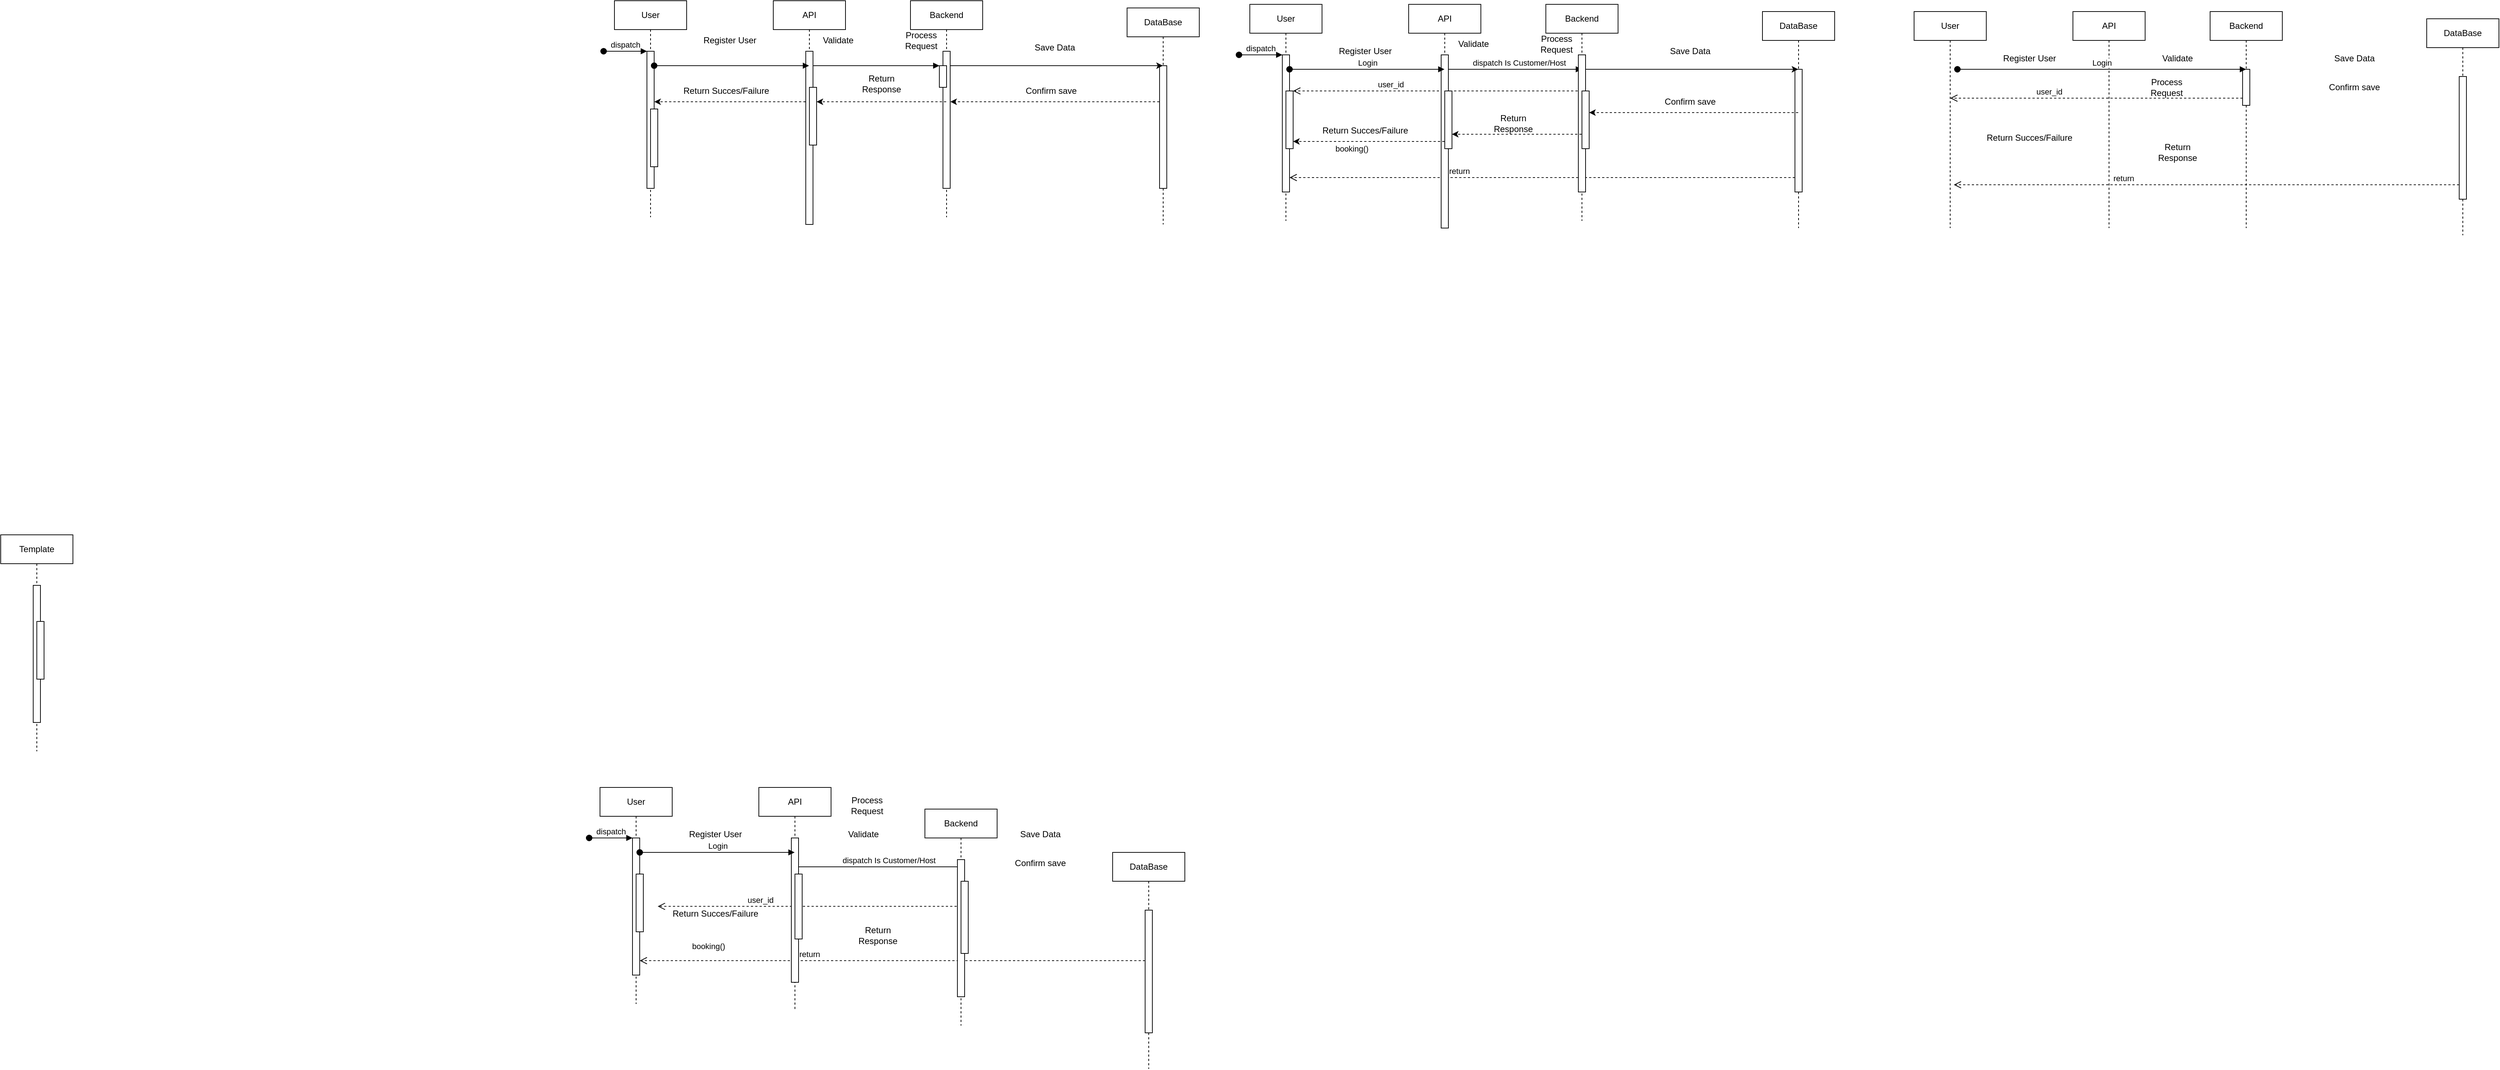
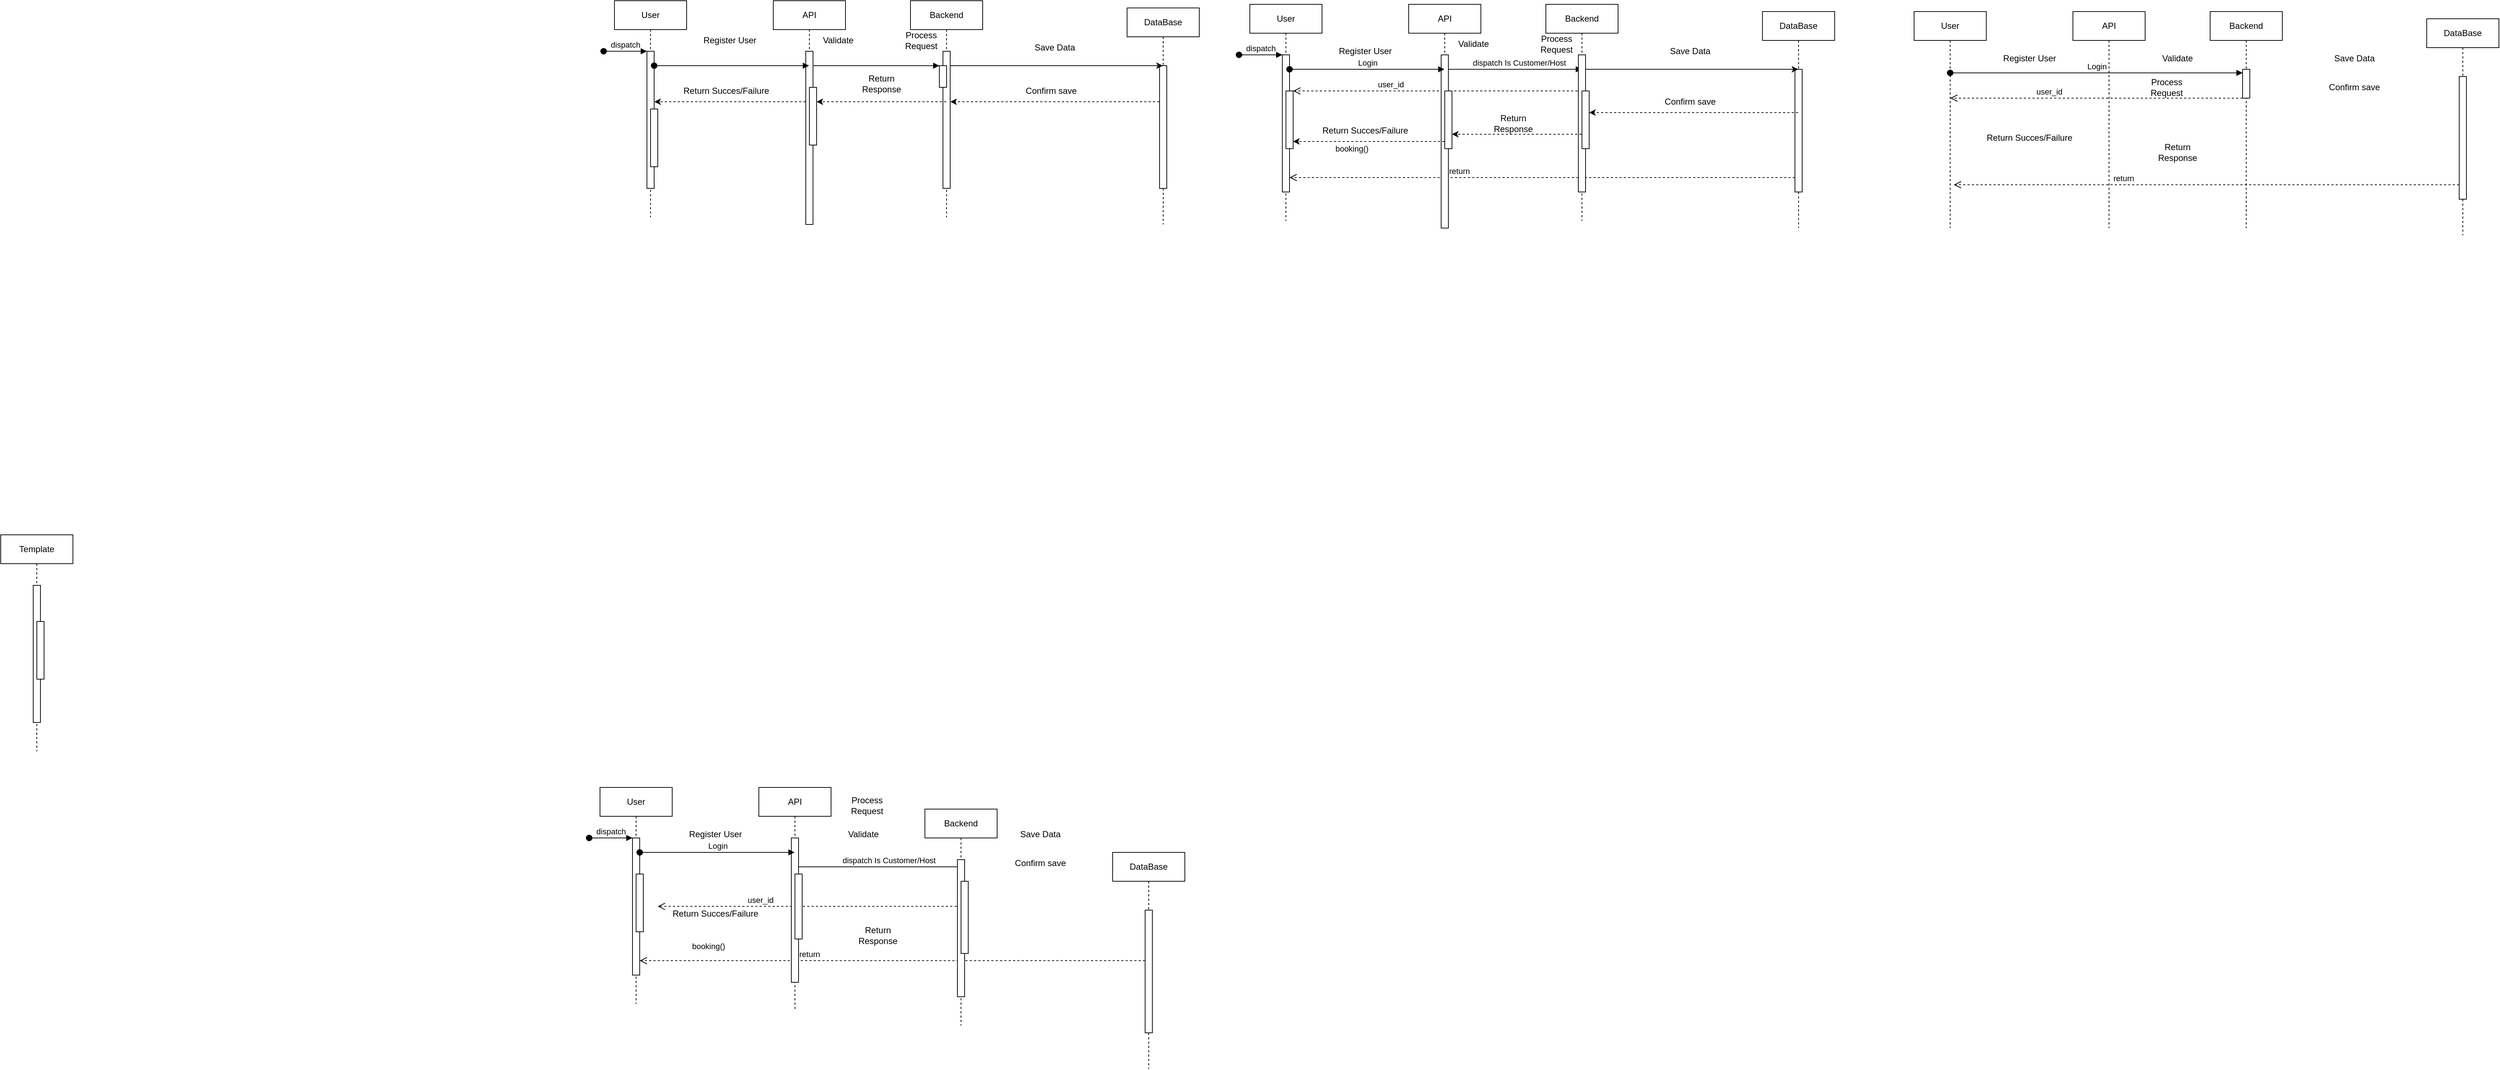
<mxfile host="app.diagrams.net" agent="5.0 (Macintosh; Intel Mac OS X 10_15_7) AppleWebKit/537.36 (KHTML, like Gecko) Chrome/109.0.0.0 Safari/537.36">
  <diagram name="Page-1" id="2YBvvXClWsGukQMizWep">
-     <mxGraphModel dx="1403" dy="678" grid="1" gridSize="10" guides="1" tooltips="1" connect="1" arrows="1" fold="1" page="1" pageScale="1" pageWidth="850" pageHeight="1100" math="0" shadow="0">
+     <mxGraphModel dx="1171" dy="394" grid="1" gridSize="10" guides="1" tooltips="1" connect="1" arrows="1" fold="1" page="1" pageScale="1" pageWidth="850" pageHeight="1100" math="0" shadow="0">
      <root>
        <mxCell id="0" />
        <mxCell id="1" parent="0" />
        <mxCell id="aM9ryv3xv72pqoxQDRHE-1" parent="1" style="shape=umlLifeline;perimeter=lifelinePerimeter;whiteSpace=wrap;html=1;container=0;dropTarget=0;collapsible=0;recursiveResize=0;outlineConnect=0;portConstraint=eastwest;newEdgeStyle={&quot;edgeStyle&quot;:&quot;elbowEdgeStyle&quot;,&quot;elbow&quot;:&quot;vertical&quot;,&quot;curved&quot;:0,&quot;rounded&quot;:0};" value="User" vertex="1">
          <mxGeometry height="300" width="100" x="30" y="40" as="geometry" />
        </mxCell>
        <mxCell id="aM9ryv3xv72pqoxQDRHE-2" parent="aM9ryv3xv72pqoxQDRHE-1" style="html=1;points=[];perimeter=orthogonalPerimeter;outlineConnect=0;targetShapes=umlLifeline;portConstraint=eastwest;newEdgeStyle={&quot;edgeStyle&quot;:&quot;elbowEdgeStyle&quot;,&quot;elbow&quot;:&quot;vertical&quot;,&quot;curved&quot;:0,&quot;rounded&quot;:0};" value="" vertex="1">
          <mxGeometry height="190" width="10" x="45" y="70" as="geometry" />
        </mxCell>
        <mxCell id="aM9ryv3xv72pqoxQDRHE-3" edge="1" parent="aM9ryv3xv72pqoxQDRHE-1" style="html=1;verticalAlign=bottom;startArrow=oval;endArrow=block;startSize=8;edgeStyle=elbowEdgeStyle;elbow=vertical;curved=0;rounded=0;" target="aM9ryv3xv72pqoxQDRHE-2" value="dispatch">
          <mxGeometry relative="1" as="geometry">
            <mxPoint x="-15" y="70" as="sourcePoint" />
          </mxGeometry>
        </mxCell>
        <mxCell id="aM9ryv3xv72pqoxQDRHE-4" parent="aM9ryv3xv72pqoxQDRHE-1" style="html=1;points=[];perimeter=orthogonalPerimeter;outlineConnect=0;targetShapes=umlLifeline;portConstraint=eastwest;newEdgeStyle={&quot;edgeStyle&quot;:&quot;elbowEdgeStyle&quot;,&quot;elbow&quot;:&quot;vertical&quot;,&quot;curved&quot;:0,&quot;rounded&quot;:0};" value="" vertex="1">
          <mxGeometry height="80" width="10" x="50" y="150" as="geometry" />
        </mxCell>
        <mxCell id="aM9ryv3xv72pqoxQDRHE-5" parent="1" style="shape=umlLifeline;perimeter=lifelinePerimeter;whiteSpace=wrap;html=1;container=0;dropTarget=0;collapsible=0;recursiveResize=0;outlineConnect=0;portConstraint=eastwest;newEdgeStyle={&quot;edgeStyle&quot;:&quot;elbowEdgeStyle&quot;,&quot;elbow&quot;:&quot;vertical&quot;,&quot;curved&quot;:0,&quot;rounded&quot;:0};" value="DataBase" vertex="1">
          <mxGeometry height="300" width="100" x="740" y="50" as="geometry" />
        </mxCell>
        <mxCell id="aM9ryv3xv72pqoxQDRHE-6" parent="aM9ryv3xv72pqoxQDRHE-5" style="html=1;points=[];perimeter=orthogonalPerimeter;outlineConnect=0;targetShapes=umlLifeline;portConstraint=eastwest;newEdgeStyle={&quot;edgeStyle&quot;:&quot;elbowEdgeStyle&quot;,&quot;elbow&quot;:&quot;vertical&quot;,&quot;curved&quot;:0,&quot;rounded&quot;:0};" value="" vertex="1">
          <mxGeometry height="170" width="10" x="45" y="80" as="geometry" />
        </mxCell>
        <mxCell id="aM9ryv3xv72pqoxQDRHE-7" edge="1" parent="1" source="7Z1T8ZwHcXeBXznP6D7j-6" style="html=1;verticalAlign=bottom;endArrow=block;edgeStyle=elbowEdgeStyle;elbow=vertical;curved=0;rounded=0;" target="7Z1T8ZwHcXeBXznP6D7j-11" value="">
          <mxGeometry relative="1" x="0.0616" as="geometry">
            <mxPoint as="offset" />
            <Array as="points">
              <mxPoint x="440" y="130" />
            </Array>
            <mxPoint x="195" y="130" as="sourcePoint" />
            <mxPoint x="480" y="130" as="targetPoint" />
          </mxGeometry>
        </mxCell>
        <mxCell id="7Z1T8ZwHcXeBXznP6D7j-5" parent="1" style="shape=umlLifeline;perimeter=lifelinePerimeter;whiteSpace=wrap;html=1;container=0;dropTarget=0;collapsible=0;recursiveResize=0;outlineConnect=0;portConstraint=eastwest;newEdgeStyle={&quot;edgeStyle&quot;:&quot;elbowEdgeStyle&quot;,&quot;elbow&quot;:&quot;vertical&quot;,&quot;curved&quot;:0,&quot;rounded&quot;:0};" value="API" vertex="1">
          <mxGeometry height="300" width="100" x="250" y="40" as="geometry" />
        </mxCell>
        <mxCell id="7Z1T8ZwHcXeBXznP6D7j-6" parent="7Z1T8ZwHcXeBXznP6D7j-5" style="html=1;points=[];perimeter=orthogonalPerimeter;outlineConnect=0;targetShapes=umlLifeline;portConstraint=eastwest;newEdgeStyle={&quot;edgeStyle&quot;:&quot;elbowEdgeStyle&quot;,&quot;elbow&quot;:&quot;vertical&quot;,&quot;curved&quot;:0,&quot;rounded&quot;:0};" value="" vertex="1">
          <mxGeometry height="240" width="10" x="45" y="70" as="geometry" />
        </mxCell>
        <mxCell id="7Z1T8ZwHcXeBXznP6D7j-8" parent="7Z1T8ZwHcXeBXznP6D7j-5" style="html=1;points=[];perimeter=orthogonalPerimeter;outlineConnect=0;targetShapes=umlLifeline;portConstraint=eastwest;newEdgeStyle={&quot;edgeStyle&quot;:&quot;elbowEdgeStyle&quot;,&quot;elbow&quot;:&quot;vertical&quot;,&quot;curved&quot;:0,&quot;rounded&quot;:0};" value="" vertex="1">
          <mxGeometry height="80" width="10" x="50" y="120" as="geometry" />
        </mxCell>
        <mxCell id="7Z1T8ZwHcXeBXznP6D7j-9" parent="1" style="shape=umlLifeline;perimeter=lifelinePerimeter;whiteSpace=wrap;html=1;container=0;dropTarget=0;collapsible=0;recursiveResize=0;outlineConnect=0;portConstraint=eastwest;newEdgeStyle={&quot;edgeStyle&quot;:&quot;elbowEdgeStyle&quot;,&quot;elbow&quot;:&quot;vertical&quot;,&quot;curved&quot;:0,&quot;rounded&quot;:0};" value="&lt;div&gt;Backend&lt;/div&gt;" vertex="1">
          <mxGeometry height="300" width="100" x="440" y="40" as="geometry" />
        </mxCell>
        <mxCell id="7Z1T8ZwHcXeBXznP6D7j-10" parent="7Z1T8ZwHcXeBXznP6D7j-9" style="html=1;points=[];perimeter=orthogonalPerimeter;outlineConnect=0;targetShapes=umlLifeline;portConstraint=eastwest;newEdgeStyle={&quot;edgeStyle&quot;:&quot;elbowEdgeStyle&quot;,&quot;elbow&quot;:&quot;vertical&quot;,&quot;curved&quot;:0,&quot;rounded&quot;:0};" value="" vertex="1">
          <mxGeometry height="190" width="10" x="45" y="70" as="geometry" />
        </mxCell>
        <mxCell id="7Z1T8ZwHcXeBXznP6D7j-11" parent="7Z1T8ZwHcXeBXznP6D7j-9" style="html=1;points=[];perimeter=orthogonalPerimeter;outlineConnect=0;targetShapes=umlLifeline;portConstraint=eastwest;newEdgeStyle={&quot;edgeStyle&quot;:&quot;elbowEdgeStyle&quot;,&quot;elbow&quot;:&quot;vertical&quot;,&quot;curved&quot;:0,&quot;rounded&quot;:0};" value="" vertex="1">
          <mxGeometry height="30" width="10" x="40" y="90" as="geometry" />
        </mxCell>
        <mxCell id="7Z1T8ZwHcXeBXznP6D7j-12" parent="1" style="shape=umlLifeline;perimeter=lifelinePerimeter;whiteSpace=wrap;html=1;container=0;dropTarget=0;collapsible=0;recursiveResize=0;outlineConnect=0;portConstraint=eastwest;newEdgeStyle={&quot;edgeStyle&quot;:&quot;elbowEdgeStyle&quot;,&quot;elbow&quot;:&quot;vertical&quot;,&quot;curved&quot;:0,&quot;rounded&quot;:0};" value="Template" vertex="1">
          <mxGeometry height="300" width="100" x="-820" y="780" as="geometry" />
        </mxCell>
        <mxCell id="7Z1T8ZwHcXeBXznP6D7j-13" parent="7Z1T8ZwHcXeBXznP6D7j-12" style="html=1;points=[];perimeter=orthogonalPerimeter;outlineConnect=0;targetShapes=umlLifeline;portConstraint=eastwest;newEdgeStyle={&quot;edgeStyle&quot;:&quot;elbowEdgeStyle&quot;,&quot;elbow&quot;:&quot;vertical&quot;,&quot;curved&quot;:0,&quot;rounded&quot;:0};" value="" vertex="1">
          <mxGeometry height="190" width="10" x="45" y="70" as="geometry" />
        </mxCell>
        <mxCell id="7Z1T8ZwHcXeBXznP6D7j-14" parent="7Z1T8ZwHcXeBXznP6D7j-12" style="html=1;points=[];perimeter=orthogonalPerimeter;outlineConnect=0;targetShapes=umlLifeline;portConstraint=eastwest;newEdgeStyle={&quot;edgeStyle&quot;:&quot;elbowEdgeStyle&quot;,&quot;elbow&quot;:&quot;vertical&quot;,&quot;curved&quot;:0,&quot;rounded&quot;:0};" value="" vertex="1">
          <mxGeometry height="80" width="10" x="50" y="120" as="geometry" />
        </mxCell>
        <mxCell id="7Z1T8ZwHcXeBXznP6D7j-18" edge="1" parent="1" style="html=1;verticalAlign=bottom;startArrow=oval;endArrow=block;startSize=8;edgeStyle=elbowEdgeStyle;elbow=vertical;curved=0;rounded=0;" target="7Z1T8ZwHcXeBXznP6D7j-5" value="">
          <mxGeometry relative="1" x="-0.3939" y="10" as="geometry">
            <mxPoint as="offset" />
            <mxPoint x="85" y="130" as="sourcePoint" />
            <mxPoint x="150" y="130" as="targetPoint" />
          </mxGeometry>
        </mxCell>
        <mxCell id="D9VVy2PClrj1YHKQl20F-1" parent="1" style="text;html=1;whiteSpace=wrap;strokeColor=none;fillColor=none;align=center;verticalAlign=middle;rounded=0;" value="Register User" vertex="1">
          <mxGeometry height="30" width="100" x="140" y="80" as="geometry" />
        </mxCell>
        <mxCell id="D9VVy2PClrj1YHKQl20F-2" parent="1" style="text;html=1;whiteSpace=wrap;strokeColor=none;fillColor=none;align=center;verticalAlign=middle;rounded=0;" value="Validate" vertex="1">
          <mxGeometry height="30" width="60" x="310" y="80" as="geometry" />
        </mxCell>
        <mxCell id="D9VVy2PClrj1YHKQl20F-3" parent="1" style="text;html=1;whiteSpace=wrap;strokeColor=none;fillColor=none;align=center;verticalAlign=middle;rounded=0;" value="Process Request" vertex="1">
          <mxGeometry height="30" width="60" x="425" y="80" as="geometry" />
        </mxCell>
        <mxCell id="I_nbtK1dwFWHWanF6EMp-1" parent="1" style="text;html=1;whiteSpace=wrap;strokeColor=none;fillColor=none;align=center;verticalAlign=middle;rounded=0;" value="Save Data" vertex="1">
          <mxGeometry height="30" width="60" x="610" y="90" as="geometry" />
        </mxCell>
        <mxCell id="I_nbtK1dwFWHWanF6EMp-2" parent="1" style="text;html=1;whiteSpace=wrap;strokeColor=none;fillColor=none;align=center;verticalAlign=middle;rounded=0;" value="Confirm save" vertex="1">
          <mxGeometry height="30" width="80" x="595.25" y="150" as="geometry" />
        </mxCell>
        <mxCell id="I_nbtK1dwFWHWanF6EMp-3" parent="1" style="text;html=1;whiteSpace=wrap;strokeColor=none;fillColor=none;align=center;verticalAlign=middle;rounded=0;" value="Return Response" vertex="1">
          <mxGeometry height="30" width="60" x="370" y="140" as="geometry" />
        </mxCell>
        <mxCell id="I_nbtK1dwFWHWanF6EMp-4" parent="1" style="text;html=1;whiteSpace=wrap;strokeColor=none;fillColor=none;align=center;verticalAlign=middle;rounded=0;" value="Return Succes/Failure" vertex="1">
          <mxGeometry height="30" width="140" x="115.25" y="150" as="geometry" />
        </mxCell>
        <mxCell id="7Z1T8ZwHcXeBXznP6D7j-20" parent="1" style="shape=umlLifeline;perimeter=lifelinePerimeter;whiteSpace=wrap;html=1;container=0;dropTarget=0;collapsible=0;recursiveResize=0;outlineConnect=0;portConstraint=eastwest;newEdgeStyle={&quot;edgeStyle&quot;:&quot;elbowEdgeStyle&quot;,&quot;elbow&quot;:&quot;vertical&quot;,&quot;curved&quot;:0,&quot;rounded&quot;:0};" value="User" vertex="1">
          <mxGeometry height="300" width="100" x="10" y="1130" as="geometry" />
        </mxCell>
        <mxCell id="7Z1T8ZwHcXeBXznP6D7j-21" parent="7Z1T8ZwHcXeBXznP6D7j-20" style="html=1;points=[];perimeter=orthogonalPerimeter;outlineConnect=0;targetShapes=umlLifeline;portConstraint=eastwest;newEdgeStyle={&quot;edgeStyle&quot;:&quot;elbowEdgeStyle&quot;,&quot;elbow&quot;:&quot;vertical&quot;,&quot;curved&quot;:0,&quot;rounded&quot;:0};" value="" vertex="1">
          <mxGeometry height="190" width="10" x="45" y="70" as="geometry" />
        </mxCell>
        <mxCell id="7Z1T8ZwHcXeBXznP6D7j-22" edge="1" parent="7Z1T8ZwHcXeBXznP6D7j-20" style="html=1;verticalAlign=bottom;startArrow=oval;endArrow=block;startSize=8;edgeStyle=elbowEdgeStyle;elbow=vertical;curved=0;rounded=0;" target="7Z1T8ZwHcXeBXznP6D7j-21" value="dispatch">
          <mxGeometry relative="1" as="geometry">
            <mxPoint x="-15" y="70" as="sourcePoint" />
          </mxGeometry>
        </mxCell>
        <mxCell id="7Z1T8ZwHcXeBXznP6D7j-23" parent="7Z1T8ZwHcXeBXznP6D7j-20" style="html=1;points=[];perimeter=orthogonalPerimeter;outlineConnect=0;targetShapes=umlLifeline;portConstraint=eastwest;newEdgeStyle={&quot;edgeStyle&quot;:&quot;elbowEdgeStyle&quot;,&quot;elbow&quot;:&quot;vertical&quot;,&quot;curved&quot;:0,&quot;rounded&quot;:0};" value="" vertex="1">
          <mxGeometry height="80" width="10" x="50" y="120" as="geometry" />
        </mxCell>
        <mxCell id="_QFFP_39c0ER-aZENGy8-1" edge="1" parent="1" source="7Z1T8ZwHcXeBXznP6D7j-10" style="endArrow=classic;html=1;rounded=0;" target="aM9ryv3xv72pqoxQDRHE-5" value="">
          <mxGeometry height="50" relative="1" width="50" as="geometry">
            <Array as="points">
              <mxPoint x="650" y="130" />
            </Array>
            <mxPoint x="490" y="170" as="sourcePoint" />
            <mxPoint x="540" y="120" as="targetPoint" />
          </mxGeometry>
        </mxCell>
        <mxCell id="7Z1T8ZwHcXeBXznP6D7j-24" parent="1" style="shape=umlLifeline;perimeter=lifelinePerimeter;whiteSpace=wrap;html=1;container=0;dropTarget=0;collapsible=0;recursiveResize=0;outlineConnect=0;portConstraint=eastwest;newEdgeStyle={&quot;edgeStyle&quot;:&quot;elbowEdgeStyle&quot;,&quot;elbow&quot;:&quot;vertical&quot;,&quot;curved&quot;:0,&quot;rounded&quot;:0};" value="DataBase" vertex="1">
          <mxGeometry height="300" width="100" x="720" y="1220" as="geometry" />
        </mxCell>
        <mxCell id="7Z1T8ZwHcXeBXznP6D7j-25" parent="7Z1T8ZwHcXeBXznP6D7j-24" style="html=1;points=[];perimeter=orthogonalPerimeter;outlineConnect=0;targetShapes=umlLifeline;portConstraint=eastwest;newEdgeStyle={&quot;edgeStyle&quot;:&quot;elbowEdgeStyle&quot;,&quot;elbow&quot;:&quot;vertical&quot;,&quot;curved&quot;:0,&quot;rounded&quot;:0};" value="" vertex="1">
          <mxGeometry height="170" width="10" x="45" y="80" as="geometry" />
        </mxCell>
        <mxCell id="_QFFP_39c0ER-aZENGy8-2" edge="1" parent="1" style="endArrow=classic;html=1;rounded=0;dashed=1;" value="">
          <mxGeometry height="50" relative="1" width="50" as="geometry">
            <Array as="points">
              <mxPoint x="635.25" y="180" />
            </Array>
            <mxPoint x="784.75" y="179.9999999999999" as="sourcePoint" />
            <mxPoint x="495.25" y="179.9999999999999" as="targetPoint" />
          </mxGeometry>
        </mxCell>
        <mxCell id="7Z1T8ZwHcXeBXznP6D7j-26" edge="1" parent="1" source="7Z1T8ZwHcXeBXznP6D7j-31" style="html=1;verticalAlign=bottom;endArrow=block;edgeStyle=elbowEdgeStyle;elbow=vertical;curved=0;rounded=0;entryX=0.5;entryY=0.105;entryDx=0;entryDy=0;entryPerimeter=0;" target="7Z1T8ZwHcXeBXznP6D7j-34" value="dispatch Is Customer/Host">
          <mxGeometry relative="1" x="0.0616" as="geometry">
            <mxPoint as="offset" />
            <Array as="points">
              <mxPoint x="460" y="1240" />
            </Array>
            <mxPoint x="175" y="1220" as="sourcePoint" />
            <mxPoint x="460" y="1220" as="targetPoint" />
          </mxGeometry>
        </mxCell>
        <mxCell id="7Z1T8ZwHcXeBXznP6D7j-27" connectable="0" parent="7Z1T8ZwHcXeBXznP6D7j-26" style="edgeLabel;html=1;align=center;verticalAlign=middle;resizable=0;points=[];" value="booking()" vertex="1">
          <mxGeometry relative="1" x="-0.6283" y="3" as="geometry">
            <mxPoint x="-169" y="113" as="offset" />
          </mxGeometry>
        </mxCell>
        <mxCell id="_QFFP_39c0ER-aZENGy8-3" edge="1" parent="1" style="endArrow=classic;html=1;rounded=0;dashed=1;" value="">
          <mxGeometry height="50" relative="1" width="50" as="geometry">
            <Array as="points">
              <mxPoint x="400" y="180" />
            </Array>
            <mxPoint x="489.5" y="179.9999999999999" as="sourcePoint" />
            <mxPoint x="310" y="179.9999999999999" as="targetPoint" />
          </mxGeometry>
        </mxCell>
        <mxCell id="7Z1T8ZwHcXeBXznP6D7j-28" edge="1" parent="1" source="7Z1T8ZwHcXeBXznP6D7j-25" style="html=1;verticalAlign=bottom;endArrow=open;dashed=1;endSize=8;edgeStyle=elbowEdgeStyle;elbow=vertical;curved=0;rounded=0;" target="7Z1T8ZwHcXeBXznP6D7j-21" value="return">
          <mxGeometry relative="1" x="0.3286" as="geometry">
            <mxPoint as="offset" />
            <Array as="points">
              <mxPoint x="170" y="1370" />
            </Array>
            <mxPoint x="175" y="1295" as="targetPoint" />
          </mxGeometry>
        </mxCell>
        <mxCell id="_QFFP_39c0ER-aZENGy8-4" edge="1" parent="1" style="endArrow=classic;html=1;rounded=0;dashed=1;" value="">
          <mxGeometry height="50" relative="1" width="50" as="geometry">
            <Array as="points">
              <mxPoint x="195.25" y="180" />
            </Array>
            <mxPoint x="294.75" y="179.9999999999999" as="sourcePoint" />
            <mxPoint x="85.25" y="179.9999999999999" as="targetPoint" />
          </mxGeometry>
        </mxCell>
        <mxCell id="7Z1T8ZwHcXeBXznP6D7j-29" edge="1" parent="1" style="html=1;verticalAlign=bottom;endArrow=open;dashed=1;endSize=8;edgeStyle=elbowEdgeStyle;elbow=vertical;curved=0;rounded=0;" value="user_id">
          <mxGeometry relative="1" x="0.325" as="geometry">
            <mxPoint as="offset" />
            <Array as="points">
              <mxPoint x="450" y="1294.76" />
            </Array>
            <mxPoint x="510" y="1294.76" as="sourcePoint" />
            <mxPoint x="90" y="1294.76" as="targetPoint" />
          </mxGeometry>
        </mxCell>
        <mxCell id="_QFFP_39c0ER-aZENGy8-33" parent="1" style="shape=umlLifeline;perimeter=lifelinePerimeter;whiteSpace=wrap;html=1;container=0;dropTarget=0;collapsible=0;recursiveResize=0;outlineConnect=0;portConstraint=eastwest;newEdgeStyle={&quot;edgeStyle&quot;:&quot;elbowEdgeStyle&quot;,&quot;elbow&quot;:&quot;vertical&quot;,&quot;curved&quot;:0,&quot;rounded&quot;:0};" value="User" vertex="1">
          <mxGeometry height="300" width="100" x="910" y="45" as="geometry" />
        </mxCell>
        <mxCell id="_QFFP_39c0ER-aZENGy8-34" parent="_QFFP_39c0ER-aZENGy8-33" style="html=1;points=[];perimeter=orthogonalPerimeter;outlineConnect=0;targetShapes=umlLifeline;portConstraint=eastwest;newEdgeStyle={&quot;edgeStyle&quot;:&quot;elbowEdgeStyle&quot;,&quot;elbow&quot;:&quot;vertical&quot;,&quot;curved&quot;:0,&quot;rounded&quot;:0};" value="" vertex="1">
          <mxGeometry height="190" width="10" x="45" y="70" as="geometry" />
        </mxCell>
        <mxCell id="_QFFP_39c0ER-aZENGy8-35" edge="1" parent="_QFFP_39c0ER-aZENGy8-33" style="html=1;verticalAlign=bottom;startArrow=oval;endArrow=block;startSize=8;edgeStyle=elbowEdgeStyle;elbow=vertical;curved=0;rounded=0;" target="_QFFP_39c0ER-aZENGy8-34" value="dispatch">
          <mxGeometry relative="1" as="geometry">
            <mxPoint x="-15" y="70" as="sourcePoint" />
          </mxGeometry>
        </mxCell>
        <mxCell id="_QFFP_39c0ER-aZENGy8-36" parent="_QFFP_39c0ER-aZENGy8-33" style="html=1;points=[];perimeter=orthogonalPerimeter;outlineConnect=0;targetShapes=umlLifeline;portConstraint=eastwest;newEdgeStyle={&quot;edgeStyle&quot;:&quot;elbowEdgeStyle&quot;,&quot;elbow&quot;:&quot;vertical&quot;,&quot;curved&quot;:0,&quot;rounded&quot;:0};" value="" vertex="1">
          <mxGeometry height="80" width="10" x="50" y="120" as="geometry" />
        </mxCell>
        <mxCell id="7Z1T8ZwHcXeBXznP6D7j-30" parent="1" style="shape=umlLifeline;perimeter=lifelinePerimeter;whiteSpace=wrap;html=1;container=0;dropTarget=0;collapsible=0;recursiveResize=0;outlineConnect=0;portConstraint=eastwest;newEdgeStyle={&quot;edgeStyle&quot;:&quot;elbowEdgeStyle&quot;,&quot;elbow&quot;:&quot;vertical&quot;,&quot;curved&quot;:0,&quot;rounded&quot;:0};" value="API" vertex="1">
          <mxGeometry height="310" width="100" x="230" y="1130" as="geometry" />
        </mxCell>
        <mxCell id="7Z1T8ZwHcXeBXznP6D7j-31" parent="7Z1T8ZwHcXeBXznP6D7j-30" style="html=1;points=[];perimeter=orthogonalPerimeter;outlineConnect=0;targetShapes=umlLifeline;portConstraint=eastwest;newEdgeStyle={&quot;edgeStyle&quot;:&quot;elbowEdgeStyle&quot;,&quot;elbow&quot;:&quot;vertical&quot;,&quot;curved&quot;:0,&quot;rounded&quot;:0};" value="" vertex="1">
          <mxGeometry height="200" width="10" x="45" y="70" as="geometry" />
        </mxCell>
        <mxCell id="7Z1T8ZwHcXeBXznP6D7j-32" parent="7Z1T8ZwHcXeBXznP6D7j-30" style="html=1;points=[];perimeter=orthogonalPerimeter;outlineConnect=0;targetShapes=umlLifeline;portConstraint=eastwest;newEdgeStyle={&quot;edgeStyle&quot;:&quot;elbowEdgeStyle&quot;,&quot;elbow&quot;:&quot;vertical&quot;,&quot;curved&quot;:0,&quot;rounded&quot;:0};" value="" vertex="1">
          <mxGeometry height="90" width="10" x="50" y="120" as="geometry" />
        </mxCell>
        <mxCell id="_QFFP_39c0ER-aZENGy8-37" parent="1" style="shape=umlLifeline;perimeter=lifelinePerimeter;whiteSpace=wrap;html=1;container=0;dropTarget=0;collapsible=0;recursiveResize=0;outlineConnect=0;portConstraint=eastwest;newEdgeStyle={&quot;edgeStyle&quot;:&quot;elbowEdgeStyle&quot;,&quot;elbow&quot;:&quot;vertical&quot;,&quot;curved&quot;:0,&quot;rounded&quot;:0};" value="DataBase" vertex="1">
          <mxGeometry height="300" width="100" x="1620" y="55" as="geometry" />
        </mxCell>
        <mxCell id="_QFFP_39c0ER-aZENGy8-38" parent="_QFFP_39c0ER-aZENGy8-37" style="html=1;points=[];perimeter=orthogonalPerimeter;outlineConnect=0;targetShapes=umlLifeline;portConstraint=eastwest;newEdgeStyle={&quot;edgeStyle&quot;:&quot;elbowEdgeStyle&quot;,&quot;elbow&quot;:&quot;vertical&quot;,&quot;curved&quot;:0,&quot;rounded&quot;:0};" value="" vertex="1">
          <mxGeometry height="170" width="10" x="45" y="80" as="geometry" />
        </mxCell>
        <mxCell id="7Z1T8ZwHcXeBXznP6D7j-33" parent="1" style="shape=umlLifeline;perimeter=lifelinePerimeter;whiteSpace=wrap;html=1;container=0;dropTarget=0;collapsible=0;recursiveResize=0;outlineConnect=0;portConstraint=eastwest;newEdgeStyle={&quot;edgeStyle&quot;:&quot;elbowEdgeStyle&quot;,&quot;elbow&quot;:&quot;vertical&quot;,&quot;curved&quot;:0,&quot;rounded&quot;:0};" value="&lt;div&gt;Backend&lt;/div&gt;" vertex="1">
          <mxGeometry height="300" width="100" x="460" y="1160" as="geometry" />
        </mxCell>
        <mxCell id="7Z1T8ZwHcXeBXznP6D7j-34" parent="7Z1T8ZwHcXeBXznP6D7j-33" style="html=1;points=[];perimeter=orthogonalPerimeter;outlineConnect=0;targetShapes=umlLifeline;portConstraint=eastwest;newEdgeStyle={&quot;edgeStyle&quot;:&quot;elbowEdgeStyle&quot;,&quot;elbow&quot;:&quot;vertical&quot;,&quot;curved&quot;:0,&quot;rounded&quot;:0};" value="" vertex="1">
          <mxGeometry height="190" width="10" x="45" y="70" as="geometry" />
        </mxCell>
        <mxCell id="7Z1T8ZwHcXeBXznP6D7j-35" parent="7Z1T8ZwHcXeBXznP6D7j-33" style="html=1;points=[];perimeter=orthogonalPerimeter;outlineConnect=0;targetShapes=umlLifeline;portConstraint=eastwest;newEdgeStyle={&quot;edgeStyle&quot;:&quot;elbowEdgeStyle&quot;,&quot;elbow&quot;:&quot;vertical&quot;,&quot;curved&quot;:0,&quot;rounded&quot;:0};" value="" vertex="1">
          <mxGeometry height="100" width="10" x="50" y="100" as="geometry" />
        </mxCell>
        <mxCell id="_QFFP_39c0ER-aZENGy8-39" edge="1" parent="1" source="_QFFP_39c0ER-aZENGy8-44" style="html=1;verticalAlign=bottom;endArrow=block;edgeStyle=elbowEdgeStyle;elbow=vertical;curved=0;rounded=0;entryX=0.5;entryY=0.105;entryDx=0;entryDy=0;entryPerimeter=0;" target="_QFFP_39c0ER-aZENGy8-47" value="dispatch Is Customer/Host">
          <mxGeometry relative="1" x="0.0616" as="geometry">
            <mxPoint as="offset" />
            <Array as="points">
              <mxPoint x="1320" y="135" />
            </Array>
            <mxPoint x="1075" y="135" as="sourcePoint" />
            <mxPoint x="1360" y="135" as="targetPoint" />
          </mxGeometry>
        </mxCell>
        <mxCell id="_QFFP_39c0ER-aZENGy8-40" connectable="0" parent="_QFFP_39c0ER-aZENGy8-39" style="edgeLabel;html=1;align=center;verticalAlign=middle;resizable=0;points=[];" value="booking()" vertex="1">
          <mxGeometry relative="1" x="-0.6283" y="3" as="geometry">
            <mxPoint x="-169" y="113" as="offset" />
          </mxGeometry>
        </mxCell>
        <mxCell id="7Z1T8ZwHcXeBXznP6D7j-36" edge="1" parent="1" style="html=1;verticalAlign=bottom;startArrow=oval;endArrow=block;startSize=8;edgeStyle=elbowEdgeStyle;elbow=vertical;curved=0;rounded=0;" target="7Z1T8ZwHcXeBXznP6D7j-30" value="Login">
          <mxGeometry relative="1" as="geometry">
            <mxPoint x="65" y="1220" as="sourcePoint" />
            <mxPoint x="130" y="1220" as="targetPoint" />
          </mxGeometry>
        </mxCell>
        <mxCell id="_QFFP_39c0ER-aZENGy8-41" edge="1" parent="1" source="_QFFP_39c0ER-aZENGy8-38" style="html=1;verticalAlign=bottom;endArrow=open;dashed=1;endSize=8;edgeStyle=elbowEdgeStyle;elbow=vertical;curved=0;rounded=0;" target="_QFFP_39c0ER-aZENGy8-34" value="return">
          <mxGeometry relative="1" x="0.3286" as="geometry">
            <mxPoint as="offset" />
            <Array as="points">
              <mxPoint x="1070" y="285" />
            </Array>
            <mxPoint x="1075" y="210" as="targetPoint" />
          </mxGeometry>
        </mxCell>
        <mxCell id="7Z1T8ZwHcXeBXznP6D7j-37" parent="1" style="text;html=1;whiteSpace=wrap;strokeColor=none;fillColor=none;align=center;verticalAlign=middle;rounded=0;" value="Register User" vertex="1">
          <mxGeometry height="30" width="100" x="120" y="1180" as="geometry" />
        </mxCell>
        <mxCell id="_QFFP_39c0ER-aZENGy8-42" edge="1" parent="1" source="_QFFP_39c0ER-aZENGy8-48" style="html=1;verticalAlign=bottom;endArrow=open;dashed=1;endSize=8;edgeStyle=elbowEdgeStyle;elbow=vertical;curved=0;rounded=0;" target="_QFFP_39c0ER-aZENGy8-36" value="user_id">
          <mxGeometry relative="1" x="0.325" as="geometry">
            <mxPoint as="offset" />
            <Array as="points">
              <mxPoint x="1330" y="165" />
            </Array>
            <mxPoint x="1430" y="165" as="sourcePoint" />
            <mxPoint x="1020" y="165" as="targetPoint" />
          </mxGeometry>
        </mxCell>
        <mxCell id="7Z1T8ZwHcXeBXznP6D7j-38" parent="1" style="text;html=1;whiteSpace=wrap;strokeColor=none;fillColor=none;align=center;verticalAlign=middle;rounded=0;" value="Validate" vertex="1">
          <mxGeometry height="30" width="60" x="345" y="1180" as="geometry" />
        </mxCell>
        <mxCell id="_QFFP_39c0ER-aZENGy8-43" parent="1" style="shape=umlLifeline;perimeter=lifelinePerimeter;whiteSpace=wrap;html=1;container=0;dropTarget=0;collapsible=0;recursiveResize=0;outlineConnect=0;portConstraint=eastwest;newEdgeStyle={&quot;edgeStyle&quot;:&quot;elbowEdgeStyle&quot;,&quot;elbow&quot;:&quot;vertical&quot;,&quot;curved&quot;:0,&quot;rounded&quot;:0};" value="API" vertex="1">
          <mxGeometry height="300" width="100" x="1130" y="45" as="geometry" />
        </mxCell>
        <mxCell id="_QFFP_39c0ER-aZENGy8-44" parent="_QFFP_39c0ER-aZENGy8-43" style="html=1;points=[];perimeter=orthogonalPerimeter;outlineConnect=0;targetShapes=umlLifeline;portConstraint=eastwest;newEdgeStyle={&quot;edgeStyle&quot;:&quot;elbowEdgeStyle&quot;,&quot;elbow&quot;:&quot;vertical&quot;,&quot;curved&quot;:0,&quot;rounded&quot;:0};" value="" vertex="1">
          <mxGeometry height="240" width="10" x="45" y="70" as="geometry" />
        </mxCell>
        <mxCell id="_QFFP_39c0ER-aZENGy8-45" parent="_QFFP_39c0ER-aZENGy8-43" style="html=1;points=[];perimeter=orthogonalPerimeter;outlineConnect=0;targetShapes=umlLifeline;portConstraint=eastwest;newEdgeStyle={&quot;edgeStyle&quot;:&quot;elbowEdgeStyle&quot;,&quot;elbow&quot;:&quot;vertical&quot;,&quot;curved&quot;:0,&quot;rounded&quot;:0};" value="" vertex="1">
          <mxGeometry height="80" width="10" x="50" y="120" as="geometry" />
        </mxCell>
        <mxCell id="7Z1T8ZwHcXeBXznP6D7j-39" parent="1" style="text;html=1;whiteSpace=wrap;strokeColor=none;fillColor=none;align=center;verticalAlign=middle;rounded=0;" value="Process Request" vertex="1">
          <mxGeometry height="30" width="60" x="350" y="1140" as="geometry" />
        </mxCell>
        <mxCell id="_QFFP_39c0ER-aZENGy8-46" parent="1" style="shape=umlLifeline;perimeter=lifelinePerimeter;whiteSpace=wrap;html=1;container=0;dropTarget=0;collapsible=0;recursiveResize=0;outlineConnect=0;portConstraint=eastwest;newEdgeStyle={&quot;edgeStyle&quot;:&quot;elbowEdgeStyle&quot;,&quot;elbow&quot;:&quot;vertical&quot;,&quot;curved&quot;:0,&quot;rounded&quot;:0};" value="&lt;div&gt;Backend&lt;/div&gt;" vertex="1">
          <mxGeometry height="300" width="100" x="1320" y="45" as="geometry" />
        </mxCell>
        <mxCell id="_QFFP_39c0ER-aZENGy8-47" parent="_QFFP_39c0ER-aZENGy8-46" style="html=1;points=[];perimeter=orthogonalPerimeter;outlineConnect=0;targetShapes=umlLifeline;portConstraint=eastwest;newEdgeStyle={&quot;edgeStyle&quot;:&quot;elbowEdgeStyle&quot;,&quot;elbow&quot;:&quot;vertical&quot;,&quot;curved&quot;:0,&quot;rounded&quot;:0};" value="" vertex="1">
          <mxGeometry height="190" width="10" x="45" y="70" as="geometry" />
        </mxCell>
        <mxCell id="_QFFP_39c0ER-aZENGy8-48" parent="_QFFP_39c0ER-aZENGy8-46" style="html=1;points=[];perimeter=orthogonalPerimeter;outlineConnect=0;targetShapes=umlLifeline;portConstraint=eastwest;newEdgeStyle={&quot;edgeStyle&quot;:&quot;elbowEdgeStyle&quot;,&quot;elbow&quot;:&quot;vertical&quot;,&quot;curved&quot;:0,&quot;rounded&quot;:0};" value="" vertex="1">
          <mxGeometry height="80" width="10" x="50" y="120" as="geometry" />
        </mxCell>
        <mxCell id="7Z1T8ZwHcXeBXznP6D7j-40" parent="1" style="text;html=1;whiteSpace=wrap;strokeColor=none;fillColor=none;align=center;verticalAlign=middle;rounded=0;" value="Save Data" vertex="1">
          <mxGeometry height="30" width="60" x="590" y="1180" as="geometry" />
        </mxCell>
        <mxCell id="_QFFP_39c0ER-aZENGy8-49" edge="1" parent="1" style="html=1;verticalAlign=bottom;startArrow=oval;endArrow=block;startSize=8;edgeStyle=elbowEdgeStyle;elbow=vertical;curved=0;rounded=0;" target="_QFFP_39c0ER-aZENGy8-43" value="Login">
          <mxGeometry relative="1" as="geometry">
            <mxPoint x="965" y="135" as="sourcePoint" />
            <mxPoint x="1030" y="135" as="targetPoint" />
          </mxGeometry>
        </mxCell>
        <mxCell id="7Z1T8ZwHcXeBXznP6D7j-41" parent="1" style="text;html=1;whiteSpace=wrap;strokeColor=none;fillColor=none;align=center;verticalAlign=middle;rounded=0;" value="Confirm save" vertex="1">
          <mxGeometry height="30" width="80" x="580" y="1220" as="geometry" />
        </mxCell>
        <mxCell id="_QFFP_39c0ER-aZENGy8-50" parent="1" style="text;html=1;whiteSpace=wrap;strokeColor=none;fillColor=none;align=center;verticalAlign=middle;rounded=0;" value="Register User" vertex="1">
          <mxGeometry height="30" width="100" x="1020" y="95" as="geometry" />
        </mxCell>
        <mxCell id="7Z1T8ZwHcXeBXznP6D7j-42" parent="1" style="text;html=1;whiteSpace=wrap;strokeColor=none;fillColor=none;align=center;verticalAlign=middle;rounded=0;" value="Return Response" vertex="1">
          <mxGeometry height="30" width="60" x="365" y="1320" as="geometry" />
        </mxCell>
        <mxCell id="_QFFP_39c0ER-aZENGy8-51" parent="1" style="text;html=1;whiteSpace=wrap;strokeColor=none;fillColor=none;align=center;verticalAlign=middle;rounded=0;" value="Validate" vertex="1">
          <mxGeometry height="30" width="60" x="1190" y="85" as="geometry" />
        </mxCell>
        <mxCell id="7Z1T8ZwHcXeBXznP6D7j-43" parent="1" style="text;html=1;whiteSpace=wrap;strokeColor=none;fillColor=none;align=center;verticalAlign=middle;rounded=0;" value="Return Succes/Failure" vertex="1">
          <mxGeometry height="30" width="140" x="100" y="1290" as="geometry" />
        </mxCell>
        <mxCell id="_QFFP_39c0ER-aZENGy8-52" parent="1" style="text;html=1;whiteSpace=wrap;strokeColor=none;fillColor=none;align=center;verticalAlign=middle;rounded=0;" value="Process Request" vertex="1">
          <mxGeometry height="30" width="60" x="1305" y="85" as="geometry" />
        </mxCell>
        <mxCell id="_QFFP_39c0ER-aZENGy8-53" parent="1" style="text;html=1;whiteSpace=wrap;strokeColor=none;fillColor=none;align=center;verticalAlign=middle;rounded=0;" value="Save Data" vertex="1">
          <mxGeometry height="30" width="60" x="1490" y="95" as="geometry" />
        </mxCell>
        <mxCell id="_QFFP_39c0ER-aZENGy8-54" parent="1" style="text;html=1;whiteSpace=wrap;strokeColor=none;fillColor=none;align=center;verticalAlign=middle;rounded=0;" value="Confirm save" vertex="1">
          <mxGeometry height="30" width="80" x="1480" y="165" as="geometry" />
        </mxCell>
        <mxCell id="_QFFP_39c0ER-aZENGy8-55" parent="1" style="text;html=1;whiteSpace=wrap;strokeColor=none;fillColor=none;align=center;verticalAlign=middle;rounded=0;" value="Return Response" vertex="1">
          <mxGeometry height="30" width="60" x="1245" y="195" as="geometry" />
        </mxCell>
        <mxCell id="_QFFP_39c0ER-aZENGy8-56" parent="1" style="text;html=1;whiteSpace=wrap;strokeColor=none;fillColor=none;align=center;verticalAlign=middle;rounded=0;" value="Return Succes/Failure" vertex="1">
          <mxGeometry height="30" width="140" x="1000" y="205" as="geometry" />
        </mxCell>
        <mxCell id="_QFFP_39c0ER-aZENGy8-57" edge="1" parent="1" source="_QFFP_39c0ER-aZENGy8-47" style="endArrow=classic;html=1;rounded=0;" target="_QFFP_39c0ER-aZENGy8-37" value="">
          <mxGeometry height="50" relative="1" width="50" as="geometry">
            <Array as="points">
              <mxPoint x="1530" y="135" />
            </Array>
            <mxPoint x="1370" y="175" as="sourcePoint" />
            <mxPoint x="1420" y="125" as="targetPoint" />
          </mxGeometry>
        </mxCell>
        <mxCell id="_QFFP_39c0ER-aZENGy8-58" edge="1" parent="1" source="_QFFP_39c0ER-aZENGy8-37" style="endArrow=classic;html=1;rounded=0;dashed=1;" target="_QFFP_39c0ER-aZENGy8-48" value="">
          <mxGeometry height="50" relative="1" width="50" as="geometry">
            <Array as="points">
              <mxPoint x="1520" y="195" />
            </Array>
            <mxPoint x="1660" y="235" as="sourcePoint" />
            <mxPoint x="1710" y="185" as="targetPoint" />
          </mxGeometry>
        </mxCell>
        <mxCell id="_QFFP_39c0ER-aZENGy8-59" edge="1" parent="1" source="_QFFP_39c0ER-aZENGy8-46" style="endArrow=classic;html=1;rounded=0;dashed=1;" target="_QFFP_39c0ER-aZENGy8-45" value="">
          <mxGeometry height="50" relative="1" width="50" as="geometry">
            <Array as="points">
              <mxPoint x="1280" y="225" />
            </Array>
            <mxPoint x="1360" y="275" as="sourcePoint" />
            <mxPoint x="1410" y="225" as="targetPoint" />
          </mxGeometry>
        </mxCell>
        <mxCell id="_QFFP_39c0ER-aZENGy8-60" edge="1" parent="1" source="_QFFP_39c0ER-aZENGy8-43" style="endArrow=classic;html=1;rounded=0;dashed=1;" target="_QFFP_39c0ER-aZENGy8-36" value="">
          <mxGeometry height="50" relative="1" width="50" as="geometry">
            <Array as="points">
              <mxPoint x="1080" y="235" />
            </Array>
            <mxPoint x="1340" y="345" as="sourcePoint" />
            <mxPoint x="1390" y="295" as="targetPoint" />
          </mxGeometry>
        </mxCell>
        <mxCell id="68ymO_Sjnk0znAFFcrqy-1" parent="1" style="shape=umlLifeline;perimeter=lifelinePerimeter;whiteSpace=wrap;html=1;container=0;dropTarget=0;collapsible=0;recursiveResize=0;outlineConnect=0;portConstraint=eastwest;newEdgeStyle={&quot;edgeStyle&quot;:&quot;elbowEdgeStyle&quot;,&quot;elbow&quot;:&quot;vertical&quot;,&quot;curved&quot;:0,&quot;rounded&quot;:0};" value="User" vertex="1">
          <mxGeometry height="300" width="100" x="1830" y="55" as="geometry" />
        </mxCell>
        <mxCell id="68ymO_Sjnk0znAFFcrqy-5" parent="1" style="shape=umlLifeline;perimeter=lifelinePerimeter;whiteSpace=wrap;html=1;container=0;dropTarget=0;collapsible=0;recursiveResize=0;outlineConnect=0;portConstraint=eastwest;newEdgeStyle={&quot;edgeStyle&quot;:&quot;elbowEdgeStyle&quot;,&quot;elbow&quot;:&quot;vertical&quot;,&quot;curved&quot;:0,&quot;rounded&quot;:0};" value="DataBase" vertex="1">
          <mxGeometry height="300" width="100" x="2540" y="65" as="geometry" />
        </mxCell>
        <mxCell id="68ymO_Sjnk0znAFFcrqy-6" parent="68ymO_Sjnk0znAFFcrqy-5" style="html=1;points=[];perimeter=orthogonalPerimeter;outlineConnect=0;targetShapes=umlLifeline;portConstraint=eastwest;newEdgeStyle={&quot;edgeStyle&quot;:&quot;elbowEdgeStyle&quot;,&quot;elbow&quot;:&quot;vertical&quot;,&quot;curved&quot;:0,&quot;rounded&quot;:0};" value="" vertex="1">
          <mxGeometry height="170" width="10" x="45" y="80" as="geometry" />
        </mxCell>
        <mxCell id="68ymO_Sjnk0znAFFcrqy-9" edge="1" parent="1" source="68ymO_Sjnk0znAFFcrqy-6" style="html=1;verticalAlign=bottom;endArrow=open;dashed=1;endSize=8;edgeStyle=elbowEdgeStyle;elbow=vertical;curved=0;rounded=0;" value="return">
          <mxGeometry relative="1" x="0.3286" as="geometry">
            <mxPoint as="offset" />
            <Array as="points">
              <mxPoint x="1990" y="295" />
            </Array>
            <mxPoint x="1885" y="295" as="targetPoint" />
          </mxGeometry>
        </mxCell>
        <mxCell id="68ymO_Sjnk0znAFFcrqy-10" edge="1" parent="1" source="68ymO_Sjnk0znAFFcrqy-16" style="html=1;verticalAlign=bottom;endArrow=open;dashed=1;endSize=8;edgeStyle=elbowEdgeStyle;elbow=vertical;curved=0;rounded=0;" target="68ymO_Sjnk0znAFFcrqy-1" value="user_id">
          <mxGeometry relative="1" x="0.325" as="geometry">
            <mxPoint as="offset" />
            <Array as="points">
              <mxPoint x="2260" y="175" />
            </Array>
            <mxPoint x="2260" y="175" as="sourcePoint" />
            <mxPoint x="1885" y="175" as="targetPoint" />
          </mxGeometry>
        </mxCell>
        <mxCell id="68ymO_Sjnk0znAFFcrqy-11" parent="1" style="shape=umlLifeline;perimeter=lifelinePerimeter;whiteSpace=wrap;html=1;container=0;dropTarget=0;collapsible=0;recursiveResize=0;outlineConnect=0;portConstraint=eastwest;newEdgeStyle={&quot;edgeStyle&quot;:&quot;elbowEdgeStyle&quot;,&quot;elbow&quot;:&quot;vertical&quot;,&quot;curved&quot;:0,&quot;rounded&quot;:0};" value="API" vertex="1">
          <mxGeometry height="300" width="100" x="2050" y="55" as="geometry" />
        </mxCell>
        <mxCell id="68ymO_Sjnk0znAFFcrqy-14" parent="1" style="shape=umlLifeline;perimeter=lifelinePerimeter;whiteSpace=wrap;html=1;container=0;dropTarget=0;collapsible=0;recursiveResize=0;outlineConnect=0;portConstraint=eastwest;newEdgeStyle={&quot;edgeStyle&quot;:&quot;elbowEdgeStyle&quot;,&quot;elbow&quot;:&quot;vertical&quot;,&quot;curved&quot;:0,&quot;rounded&quot;:0};" value="&lt;div&gt;Backend&lt;/div&gt;" vertex="1">
          <mxGeometry height="300" width="100" x="2240" y="55" as="geometry" />
        </mxCell>
        <mxCell id="68ymO_Sjnk0znAFFcrqy-16" parent="68ymO_Sjnk0znAFFcrqy-14" style="html=1;points=[];perimeter=orthogonalPerimeter;outlineConnect=0;targetShapes=umlLifeline;portConstraint=eastwest;newEdgeStyle={&quot;edgeStyle&quot;:&quot;elbowEdgeStyle&quot;,&quot;elbow&quot;:&quot;vertical&quot;,&quot;curved&quot;:0,&quot;rounded&quot;:0};" value="" vertex="1">
-           <mxGeometry height="50" width="10" x="45" y="80" as="geometry" />
-         </mxCell>
-         <mxCell id="68ymO_Sjnk0znAFFcrqy-17" edge="1" parent="1" style="html=1;verticalAlign=bottom;startArrow=oval;endArrow=block;startSize=8;edgeStyle=elbowEdgeStyle;elbow=vertical;curved=0;rounded=0;" value="Login">
-           <mxGeometry relative="1" as="geometry">
+           <mxGeometry height="40" width="10" x="45" y="80" as="geometry" />
+         </mxCell>
+         <mxCell id="68ymO_Sjnk0znAFFcrqy-17" edge="1" parent="1" source="68ymO_Sjnk0znAFFcrqy-1" style="html=1;verticalAlign=bottom;startArrow=oval;endArrow=block;startSize=8;edgeStyle=elbowEdgeStyle;elbow=vertical;curved=0;rounded=0;" target="68ymO_Sjnk0znAFFcrqy-16" value="Login">
+           <mxGeometry relative="1" as="geometry">
+             <Array as="points">
+               <mxPoint x="2270" y="140" />
+             </Array>
            <mxPoint x="1889.9977777777779" y="135" as="sourcePoint" />
-             <mxPoint x="2289.72" y="135" as="targetPoint" />
+             <mxPoint x="2270" y="140" as="targetPoint" />
          </mxGeometry>
        </mxCell>
        <mxCell id="68ymO_Sjnk0znAFFcrqy-18" parent="1" style="text;html=1;whiteSpace=wrap;strokeColor=none;fillColor=none;align=center;verticalAlign=middle;rounded=0;" value="Register User" vertex="1">
          <mxGeometry height="30" width="100" x="1940" y="105" as="geometry" />
        </mxCell>
        <mxCell id="68ymO_Sjnk0znAFFcrqy-19" parent="1" style="text;html=1;whiteSpace=wrap;strokeColor=none;fillColor=none;align=center;verticalAlign=middle;rounded=0;" value="Validate" vertex="1">
          <mxGeometry height="30" width="60" x="2165" y="105" as="geometry" />
        </mxCell>
        <mxCell id="68ymO_Sjnk0znAFFcrqy-20" parent="1" style="text;html=1;whiteSpace=wrap;strokeColor=none;fillColor=none;align=center;verticalAlign=middle;rounded=0;" value="Process Request" vertex="1">
          <mxGeometry height="30" width="60" x="2150" y="145" as="geometry" />
        </mxCell>
        <mxCell id="68ymO_Sjnk0znAFFcrqy-21" parent="1" style="text;html=1;whiteSpace=wrap;strokeColor=none;fillColor=none;align=center;verticalAlign=middle;rounded=0;" value="Save Data" vertex="1">
          <mxGeometry height="30" width="60" x="2410" y="105" as="geometry" />
        </mxCell>
        <mxCell id="68ymO_Sjnk0znAFFcrqy-22" parent="1" style="text;html=1;whiteSpace=wrap;strokeColor=none;fillColor=none;align=center;verticalAlign=middle;rounded=0;" value="Confirm save" vertex="1">
          <mxGeometry height="30" width="80" x="2400" y="145" as="geometry" />
        </mxCell>
        <mxCell id="68ymO_Sjnk0znAFFcrqy-23" parent="1" style="text;html=1;whiteSpace=wrap;strokeColor=none;fillColor=none;align=center;verticalAlign=middle;rounded=0;" value="Return Response" vertex="1">
          <mxGeometry height="30" width="60" x="2165" y="235" as="geometry" />
        </mxCell>
        <mxCell id="68ymO_Sjnk0znAFFcrqy-24" parent="1" style="text;html=1;whiteSpace=wrap;strokeColor=none;fillColor=none;align=center;verticalAlign=middle;rounded=0;" value="Return Succes/Failure" vertex="1">
          <mxGeometry height="30" width="140" x="1920" y="215" as="geometry" />
        </mxCell>
      </root>
    </mxGraphModel>
  </diagram>
</mxfile>
